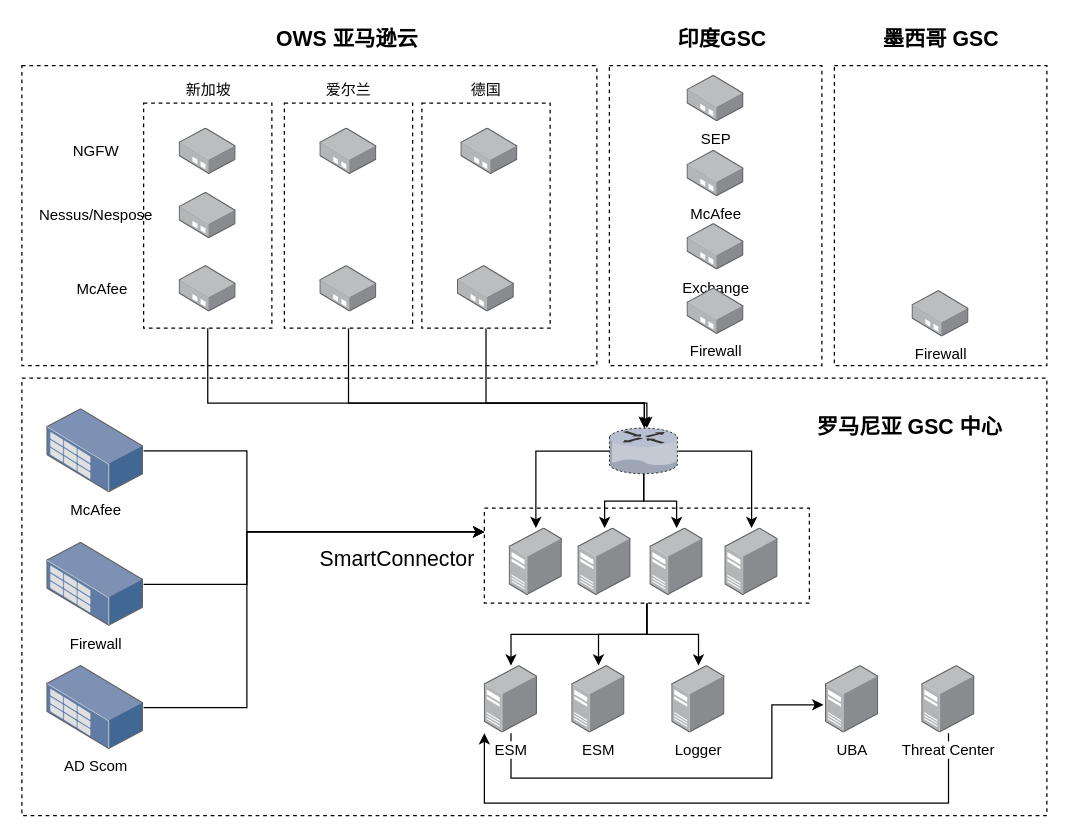
This is Arcsight.drawio from dickens88/draft, a draw.io file, before an edit. Source tidied: cells renumbered, new cells numbered last; positions are measured from the earlier drawing's top-left corner, leaving out a move shared by most shapes. Both pictures are drawn from the tidied source at 125%, with x=0, y=0 at pixel (21, 21).
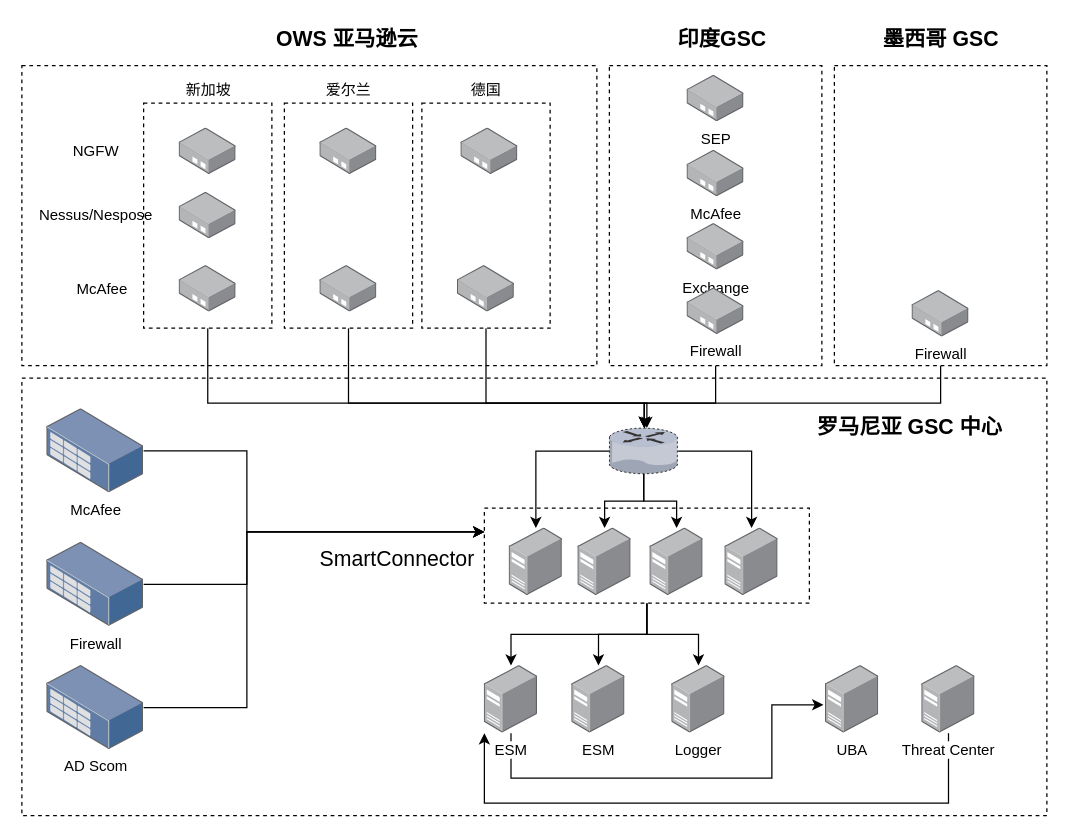
The same diagram, later.

Unchanged cells that the change refers to:
```xml
<mxCell id="8" style="rounded=0;whiteSpace=wrap;html=1;dashed=1;" parent="1" vertex="1">
  <mxGeometry x="470" y="35" width="170" height="240" as="geometry" />
</mxCell>
<mxCell id="18" style="verticalLabelPosition=bottom;html=1;verticalAlign=top;strokeColor=none;align=center;outlineConnect=0;shape=mxgraph.citrix.router;dashed=1;" parent="1" vertex="1">
  <mxGeometry x="470" y="325" width="55" height="36.5" as="geometry" />
</mxCell>
<mxCell id="50" style="rounded=0;whiteSpace=wrap;html=1;dashed=1;" parent="1" vertex="1">
  <mxGeometry x="650" y="35" width="170" height="240" as="geometry" />
</mxCell>
```

What changed in the source:
```diff
@@
+    <mxCell id="61" style="edgeStyle=orthogonalEdgeStyle;rounded=0;jettySize=auto;html=1;fontSize=17;" parent="1" edge="1" source="8" target="18">
+      <mxGeometry relative="1" as="geometry">
+        <Array as="points">
+          <mxPoint x="555" y="305" />
+          <mxPoint x="498" y="305" />
+        </Array>
+      </mxGeometry>
+    </mxCell>
@@
+    <mxCell id="62" style="edgeStyle=orthogonalEdgeStyle;rounded=0;jettySize=auto;html=1;fontSize=17;" parent="1" edge="1" source="50" target="18">
+      <mxGeometry relative="1" as="geometry">
+        <Array as="points">
+          <mxPoint x="735" y="305" />
+          <mxPoint x="498" y="305" />
+        </Array>
+      </mxGeometry>
+    </mxCell>
```
